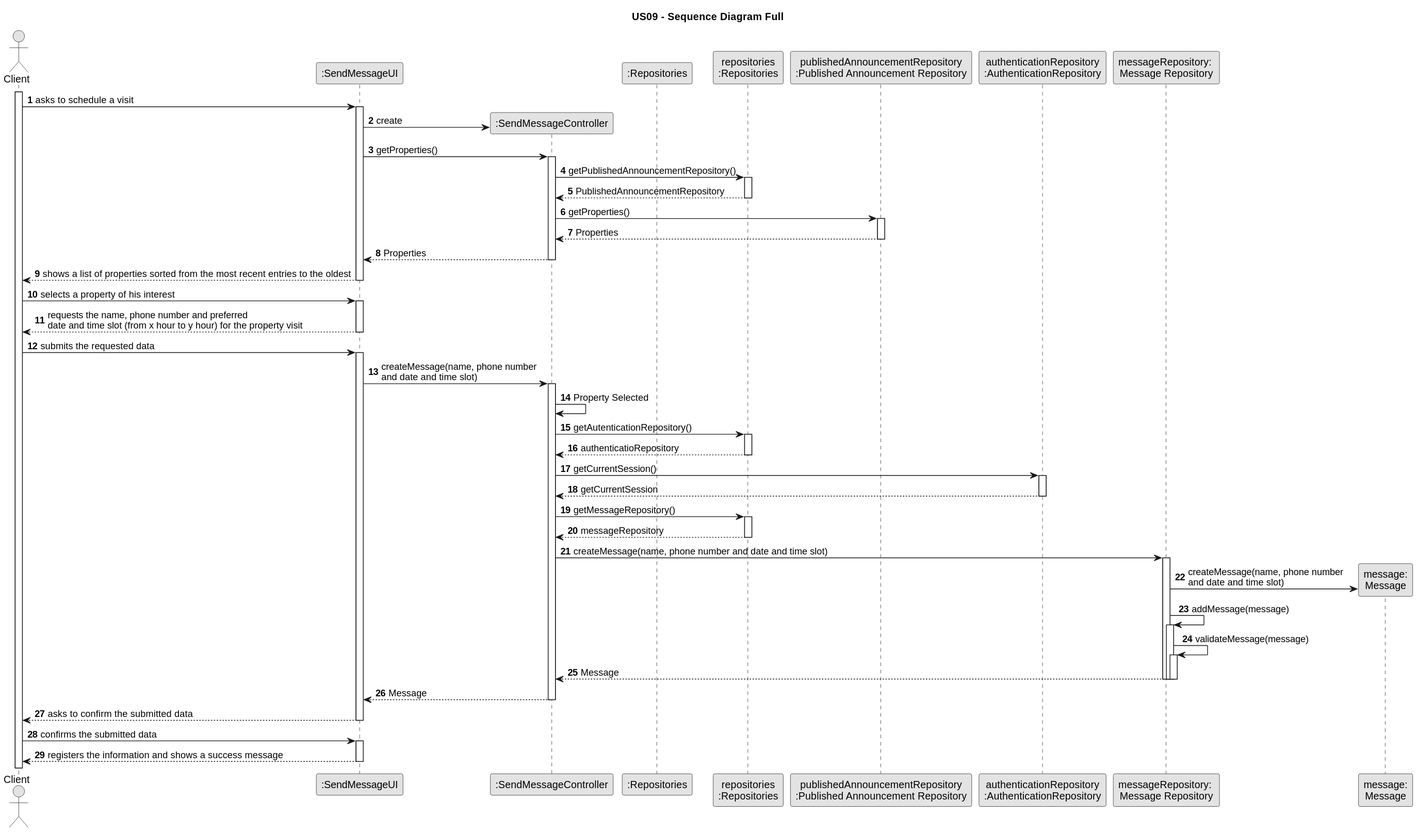
Above: docs/sprintC/US09/03.design/svg/us09-sequence-diagram-full.svg in PureNimble/ISEP-LAPR2 (PlantUML), before the change.
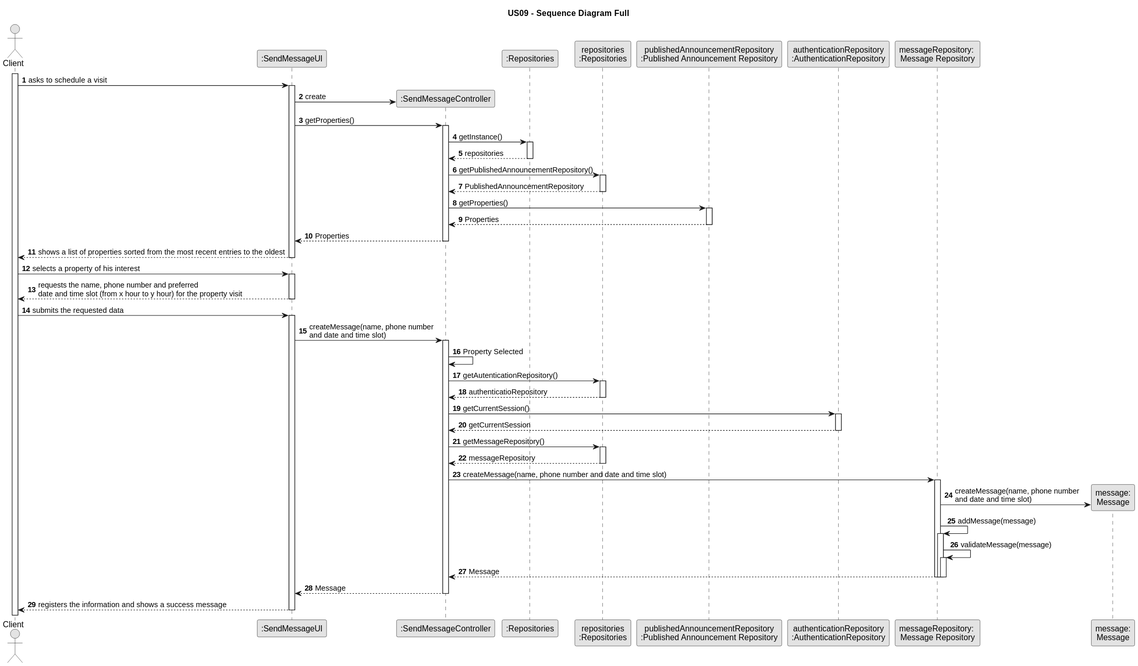
After the change.

Commit message:
US09 - class diagram + svg update sequence diagram full + svg update sequence diagram split + svg update sequence diagram partials + svg update

The edit, as a diff of the source:
```diff
@@ -26,8 +26,15 @@
 
         UI -> CTRL** : create
 
+
         UI -> CTRL : getProperties()
             activate CTRL
+
+            CTRL -> Repository : getInstance()
+                            activate Repository
+
+                        Repository --> CTRL : repositories
+                            deactivate Repository
 
 
             CTRL -> Repository2 : getPublishedAnnouncementRepository()
@@ -107,12 +114,6 @@
            CTRL --> UI : Message
            deactivate CTRL
 
-    UI --> Client: asks to confirm the submitted data
-        deactivate UI
-
-    Client -> UI: confirms the submitted data
-        activate UI
-
     UI --> Client: registers the information and shows a success message
         deactivate UI
 @enduml
```
